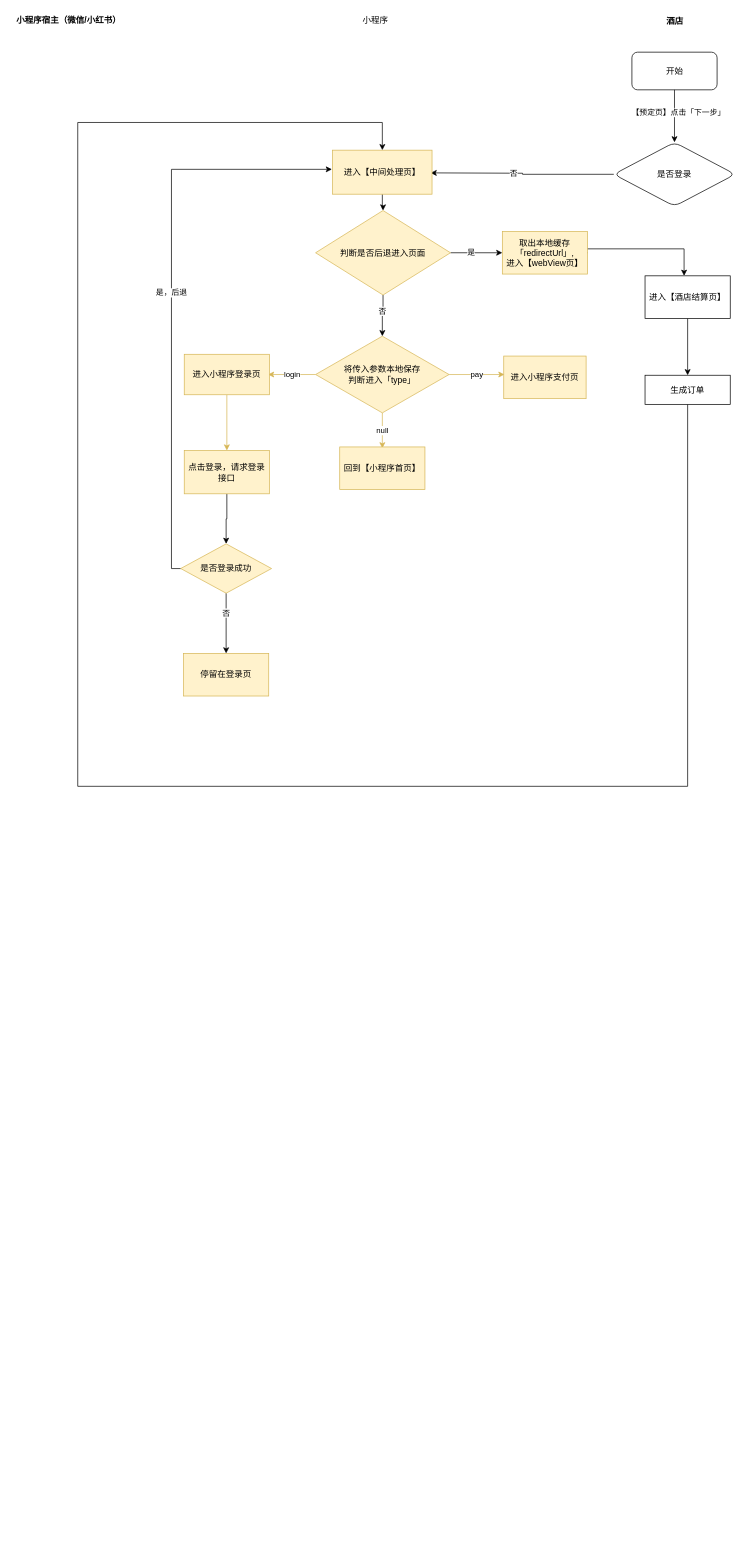
The draw.io diagram Untitled Diagram.drawio in dandelion-Chen/Tool, before the edit. Source tidied: cells renumbered, new cells numbered last; positions are measured from the earlier drawing's top-left corner, leaving out a move shared by most shapes. Both pictures are drawn from the tidied source at 71%, with x=0, y=0 at pixel (12, 12).
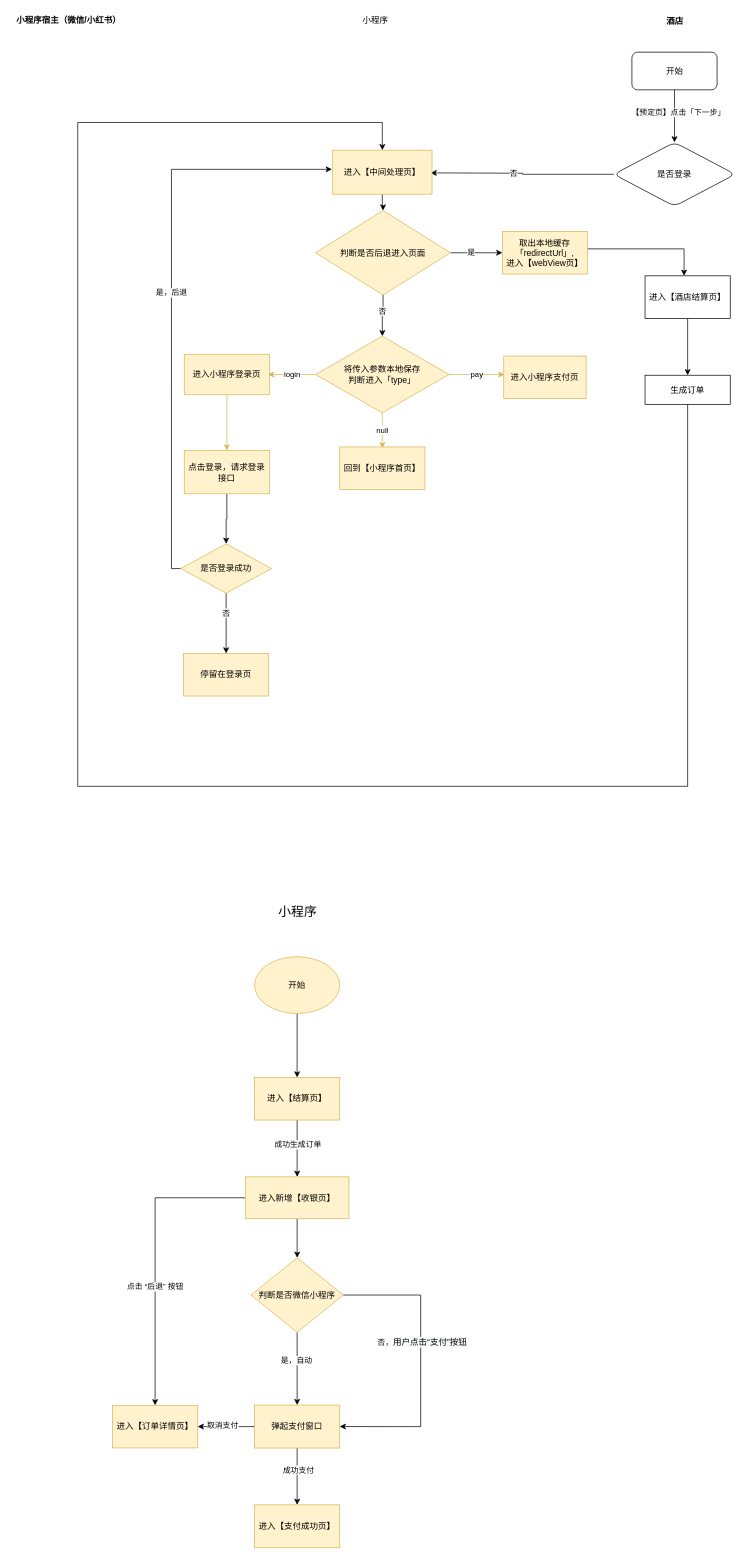
Above is the later version.

Diff of the diagram source:
```diff
@@
+    <mxCell id="39" value="&lt;font style=&quot;font-size: 18px&quot;&gt;小程序&lt;/font&gt;" style="text;html=1;strokeColor=none;fillColor=none;align=center;verticalAlign=middle;whiteSpace=wrap;rounded=0;" parent="1" vertex="1">
+      <mxGeometry x="353" y="1239" width="98" height="56" as="geometry" />
+    </mxCell>
+    <mxCell id="40" style="edgeStyle=orthogonalEdgeStyle;rounded=0;jettySize=auto;html=1;" parent="1" edge="1" source="41" target="44">
+      <mxGeometry relative="1" as="geometry" />
+    </mxCell>
+    <mxCell id="41" value="开始" style="ellipse;whiteSpace=wrap;html=1;fillColor=#fff2cc;strokeColor=#d6b656;" parent="1" vertex="1">
+      <mxGeometry x="341" y="1330" width="120" height="80" as="geometry" />
+    </mxCell>
+    <mxCell id="42" style="edgeStyle=orthogonalEdgeStyle;rounded=0;jettySize=auto;html=1;" parent="1" edge="1" source="44" target="48">
+      <mxGeometry relative="1" as="geometry" />
+    </mxCell>
+    <mxCell id="43" value="成功生成订单" style="edgeLabel;html=1;align=center;verticalAlign=middle;" parent="42" vertex="1">
+      <mxGeometry x="-0.15" relative="1" as="geometry" />
+    </mxCell>
+    <mxCell id="44" value="进入【结算页】" style="whiteSpace=wrap;html=1;strokeColor=#d6b656;fillColor=#fff2cc;" parent="1" vertex="1">
+      <mxGeometry x="341" y="1500" width="120" height="60" as="geometry" />
+    </mxCell>
+    <mxCell id="45" style="edgeStyle=orthogonalEdgeStyle;rounded=0;jettySize=auto;html=1;" parent="1" edge="1" source="48" target="53">
+      <mxGeometry relative="1" as="geometry" />
+    </mxCell>
+    <mxCell id="46" style="edgeStyle=orthogonalEdgeStyle;rounded=0;jettySize=auto;html=1;entryX=0.5;entryY=0;entryDx=0;entryDy=0;" parent="1" edge="1" source="48" target="60">
+      <mxGeometry relative="1" as="geometry" />
+    </mxCell>
+    <mxCell id="47" value="点击 “后退” 按钮" style="edgeLabel;html=1;align=center;verticalAlign=middle;" parent="46" vertex="1">
+      <mxGeometry x="0.2" y="-1" relative="1" as="geometry" />
+    </mxCell>
+    <mxCell id="48" value="进入新增【收银页】" style="whiteSpace=wrap;html=1;strokeColor=#d6b656;fillColor=#fff2cc;" parent="1" vertex="1">
+      <mxGeometry x="328" y="1640" width="146" height="59" as="geometry" />
+    </mxCell>
+    <mxCell id="49" style="edgeStyle=orthogonalEdgeStyle;rounded=0;jettySize=auto;html=1;" parent="1" edge="1" source="53" target="58">
+      <mxGeometry relative="1" as="geometry" />
+    </mxCell>
+    <mxCell id="50" value="是，自动" style="edgeLabel;html=1;align=center;verticalAlign=middle;" parent="49" vertex="1">
+      <mxGeometry x="-0.24" y="-2" relative="1" as="geometry" />
+    </mxCell>
+    <mxCell id="51" style="edgeStyle=orthogonalEdgeStyle;rounded=0;jettySize=auto;html=1;entryX=1;entryY=0.5;entryDx=0;entryDy=0;exitX=1;exitY=0.5;exitDx=0;exitDy=0;" parent="1" edge="1" source="53" target="58">
+      <mxGeometry relative="1" as="geometry">
+        <Array as="points">
+          <mxPoint x="575" y="1807" />
+          <mxPoint x="575" y="1992" />
+        </Array>
+      </mxGeometry>
+    </mxCell>
+    <mxCell id="52" value="否，&lt;span style=&quot;font-size: 12px ; background-color: rgb(248 , 249 , 250)&quot;&gt;用户点击“支付”按钮&lt;/span&gt;" style="edgeLabel;html=1;align=center;verticalAlign=middle;" parent="51" vertex="1">
+      <mxGeometry x="-0.15" y="1" relative="1" as="geometry">
+        <mxPoint y="1" as="offset" />
+      </mxGeometry>
+    </mxCell>
+    <mxCell id="53" value="判断是否微信小程序" style="rhombus;whiteSpace=wrap;html=1;strokeColor=#d6b656;fillColor=#fff2cc;" parent="1" vertex="1">
+      <mxGeometry x="336" y="1754" width="130" height="105" as="geometry" />
+    </mxCell>
+    <mxCell id="54" style="edgeStyle=orthogonalEdgeStyle;rounded=0;jettySize=auto;html=1;" parent="1" edge="1" source="58" target="59">
+      <mxGeometry relative="1" as="geometry" />
+    </mxCell>
+    <mxCell id="55" value="成功支付" style="edgeLabel;html=1;align=center;verticalAlign=middle;" parent="54" vertex="1">
+      <mxGeometry x="-0.25" y="1" relative="1" as="geometry" />
+    </mxCell>
+    <mxCell id="56" style="edgeStyle=orthogonalEdgeStyle;rounded=0;jettySize=auto;html=1;" parent="1" edge="1" source="58" target="60">
+      <mxGeometry relative="1" as="geometry" />
+    </mxCell>
+    <mxCell id="57" value="取消支付" style="edgeLabel;html=1;align=center;verticalAlign=middle;" parent="56" vertex="1">
+      <mxGeometry x="0.15" y="-2" relative="1" as="geometry" />
+    </mxCell>
+    <mxCell id="58" value="弹起支付窗口" style="whiteSpace=wrap;html=1;strokeColor=#d6b656;fillColor=#fff2cc;" parent="1" vertex="1">
+      <mxGeometry x="341" y="1961.5" width="120" height="60.5" as="geometry" />
+    </mxCell>
+    <mxCell id="59" value="进入【支付成功页】" style="whiteSpace=wrap;html=1;strokeColor=#d6b656;fillColor=#fff2cc;" parent="1" vertex="1">
+      <mxGeometry x="341" y="2102" width="120" height="60.5" as="geometry" />
+    </mxCell>
+    <mxCell id="60" value="进入【订单详情页】" style="whiteSpace=wrap;html=1;strokeColor=#d6b656;fillColor=#fff2cc;" parent="1" vertex="1">
+      <mxGeometry x="141" y="1961.8" width="120" height="60" as="geometry" />
+    </mxCell>
```
